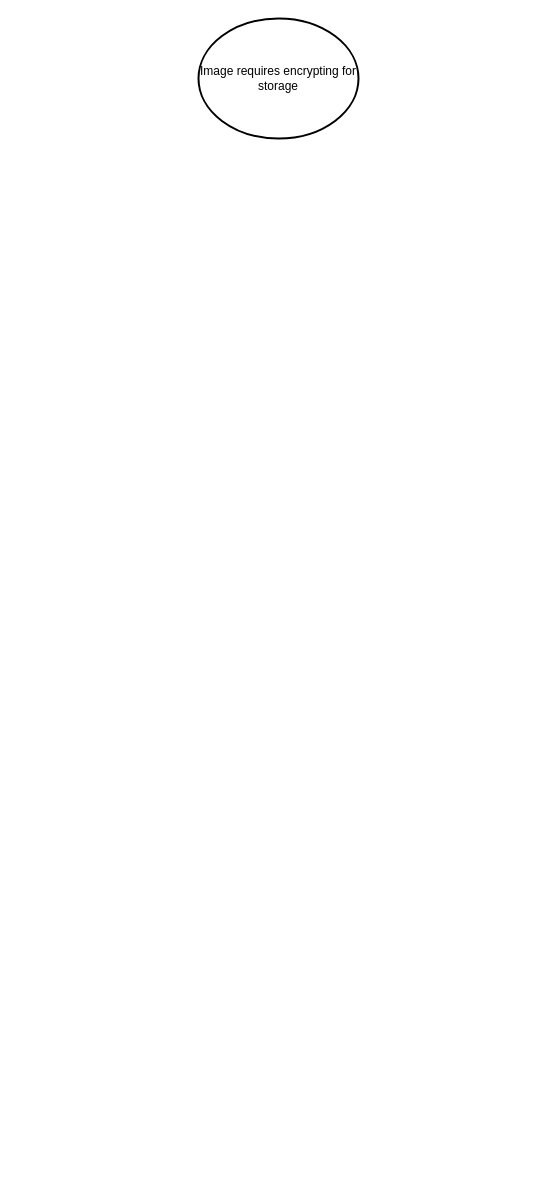
aimlessaugustus/CT6042-Secure-Coding keeps this draw.io diagram as page "AES-ECB Encryption" (1 of 4) of Assignment Notes and Code/3 Cryptographic Failure/cryptographydiagrams.drawio. Above is the earlier version. Source tidied: cells renumbered, new cells numbered last; positions are measured from the earlier drawing's top-left corner, leaving out a move shared by most shapes. Both pictures are drawn from the tidied source at 100%, with x=0, y=0 at pixel (198, 18).
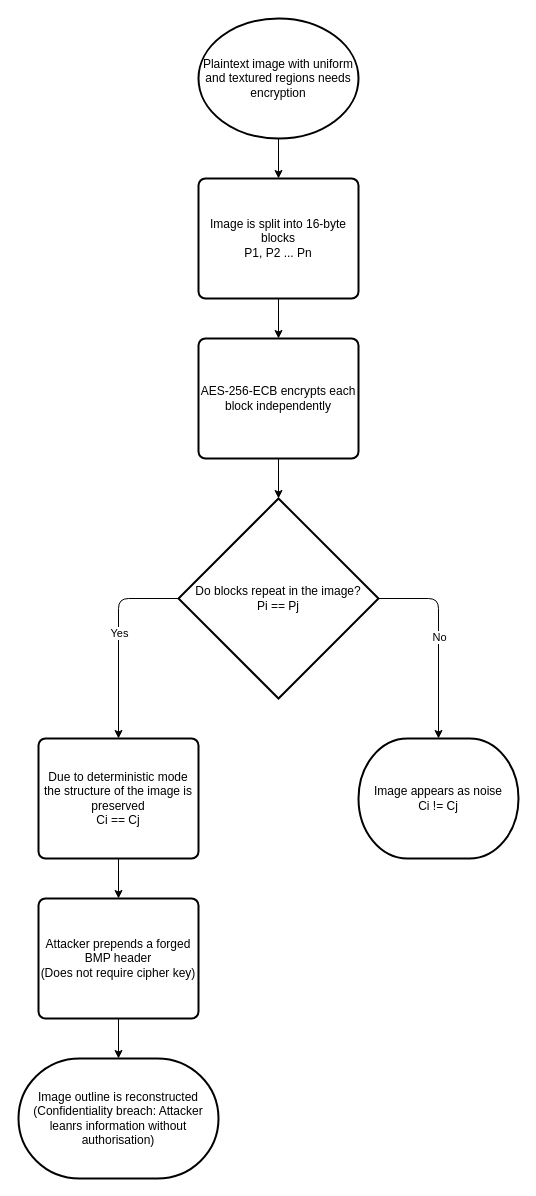
The same page after the edit.

What changed in the source:
```diff
@@
 <mxGraphModel>
   <root>
     <mxCell id="0" />
     <mxCell id="1" parent="0" />
+    <mxCell id="3" style="edgeStyle=none;html=1;exitX=0.5;exitY=1;exitDx=0;exitDy=0;exitPerimeter=0;entryX=0.5;entryY=0;entryDx=0;entryDy=0;" parent="1" edge="1" source="2" target="5">
+      <mxGeometry relative="1" as="geometry" />
+    </mxCell>
-    <mxCell id="2" value="Image requires encrypting for storage" style="strokeWidth=2;html=1;shape=mxgraph.flowchart.start_1;whiteSpace=wrap;" parent="1" vertex="1">
+    <mxCell id="2" value="Plaintext image with uniform and textured regions needs encryption" style="strokeWidth=2;html=1;shape=mxgraph.flowchart.start_1;whiteSpace=wrap;" parent="1" vertex="1">
       <mxGeometry width="160" height="120" as="geometry" />
     </mxCell>
+    <mxCell id="4" style="edgeStyle=none;html=1;exitX=0.5;exitY=1;exitDx=0;exitDy=0;entryX=0.5;entryY=0;entryDx=0;entryDy=0;" parent="1" edge="1" source="5" target="6">
+      <mxGeometry relative="1" as="geometry" />
+    </mxCell>
+    <mxCell id="5" value="Image is split into 16-byte blocks&lt;div&gt;P1, P2 ... Pn&lt;/div&gt;" style="rounded=1;whiteSpace=wrap;html=1;absoluteArcSize=1;arcSize=14;strokeWidth=2;" parent="1" vertex="1">
+      <mxGeometry y="160" width="160" height="120" as="geometry" />
+    </mxCell>
+    <mxCell id="6" value="AES-256-ECB encrypts each block independently" style="rounded=1;whiteSpace=wrap;html=1;absoluteArcSize=1;arcSize=14;strokeWidth=2;" parent="1" vertex="1">
+      <mxGeometry y="320" width="160" height="120" as="geometry" />
+    </mxCell>
+    <mxCell id="7" style="edgeStyle=orthogonalEdgeStyle;html=1;exitX=0;exitY=0.5;exitDx=0;exitDy=0;exitPerimeter=0;entryX=0.5;entryY=0;entryDx=0;entryDy=0;" parent="1" edge="1" source="9" target="11">
+      <mxGeometry relative="1" as="geometry" />
+    </mxCell>
+    <mxCell id="8" value="Yes" style="edgeLabel;html=1;align=center;verticalAlign=middle;" parent="7" vertex="1">
+      <mxGeometry x="-0.06" y="-6" relative="1" as="geometry">
+        <mxPoint x="6" as="offset" />
+      </mxGeometry>
+    </mxCell>
+    <mxCell id="9" value="Do blocks repeat in the image?&lt;div&gt;Pi == Pj&lt;/div&gt;" style="strokeWidth=2;html=1;shape=mxgraph.flowchart.decision;whiteSpace=wrap;" parent="1" vertex="1">
+      <mxGeometry x="-20" y="480" width="200" height="200" as="geometry" />
+    </mxCell>
+    <mxCell id="10" style="edgeStyle=none;html=1;exitX=0.5;exitY=1;exitDx=0;exitDy=0;entryX=0.5;entryY=0;entryDx=0;entryDy=0;" parent="1" edge="1" source="11" target="12">
+      <mxGeometry relative="1" as="geometry" />
+    </mxCell>
+    <mxCell id="11" value="Due to deterministic mode the structure of the image is preserved&lt;div&gt;Ci == Cj&lt;/div&gt;" style="rounded=1;whiteSpace=wrap;html=1;absoluteArcSize=1;arcSize=14;strokeWidth=2;" parent="1" vertex="1">
+      <mxGeometry x="-160" y="720" width="160" height="120" as="geometry" />
+    </mxCell>
+    <mxCell id="12" value="Attacker prepends a forged BMP header&lt;div&gt;(Does not require cipher key)&lt;/div&gt;" style="rounded=1;whiteSpace=wrap;html=1;absoluteArcSize=1;arcSize=14;strokeWidth=2;" parent="1" vertex="1">
+      <mxGeometry x="-160" y="880" width="160" height="120" as="geometry" />
+    </mxCell>
+    <mxCell id="13" value="Image appears as noise&lt;div&gt;Ci != Cj&lt;/div&gt;" style="strokeWidth=2;html=1;shape=mxgraph.flowchart.terminator;whiteSpace=wrap;" parent="1" vertex="1">
+      <mxGeometry x="160" y="720" width="160" height="120" as="geometry" />
+    </mxCell>
+    <mxCell id="14" value="Image outline is reconstructed&lt;div&gt;(Confidentiality breach: Attacker leanrs information without authorisation)&lt;/div&gt;" style="strokeWidth=2;html=1;shape=mxgraph.flowchart.terminator;whiteSpace=wrap;" parent="1" vertex="1">
+      <mxGeometry x="-180" y="1040" width="200" height="120" as="geometry" />
+    </mxCell>
+    <mxCell id="15" style="edgeStyle=none;html=1;exitX=0.5;exitY=1;exitDx=0;exitDy=0;entryX=0.5;entryY=0;entryDx=0;entryDy=0;entryPerimeter=0;" parent="1" edge="1" source="6" target="9">
+      <mxGeometry relative="1" as="geometry" />
+    </mxCell>
+    <mxCell id="16" style="edgeStyle=orthogonalEdgeStyle;html=1;exitX=1;exitY=0.5;exitDx=0;exitDy=0;exitPerimeter=0;entryX=0.5;entryY=0;entryDx=0;entryDy=0;entryPerimeter=0;" parent="1" edge="1" source="9" target="13">
+      <mxGeometry relative="1" as="geometry" />
+    </mxCell>
+    <mxCell id="17" value="No" style="edgeLabel;html=1;align=center;verticalAlign=middle;" parent="16" vertex="1">
+      <mxGeometry x="-0.02" relative="1" as="geometry" />
+    </mxCell>
+    <mxCell id="18" style="edgeStyle=none;html=1;exitX=0.5;exitY=1;exitDx=0;exitDy=0;entryX=0.5;entryY=0;entryDx=0;entryDy=0;entryPerimeter=0;" parent="1" edge="1" source="12" target="14">
+      <mxGeometry relative="1" as="geometry" />
+    </mxCell>
   </root>
 </mxGraphModel>
```
